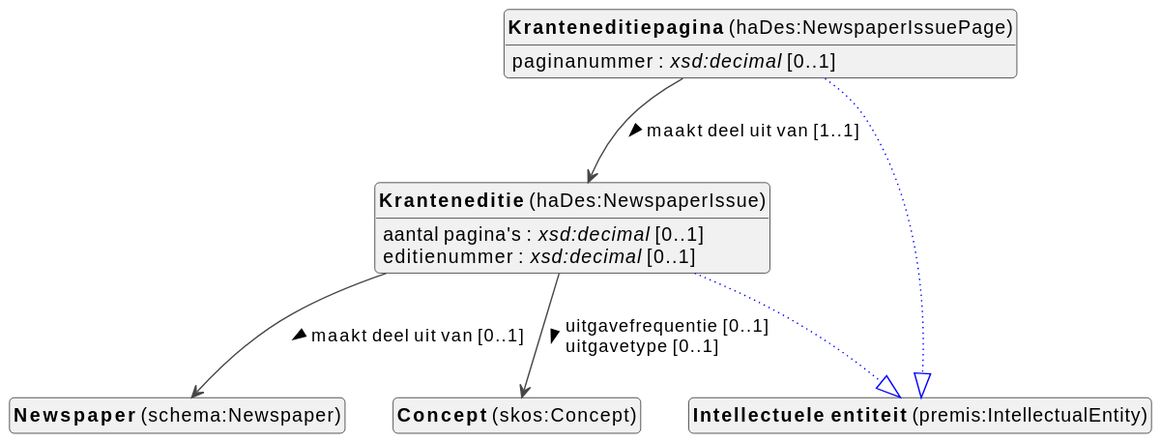
Above: docs/metadata/knowledge-graph/0.0.1/bibliographic/nl/bibliographic-diagram.svg in viaacode/documentation-jekyll (PlantUML), before the change.
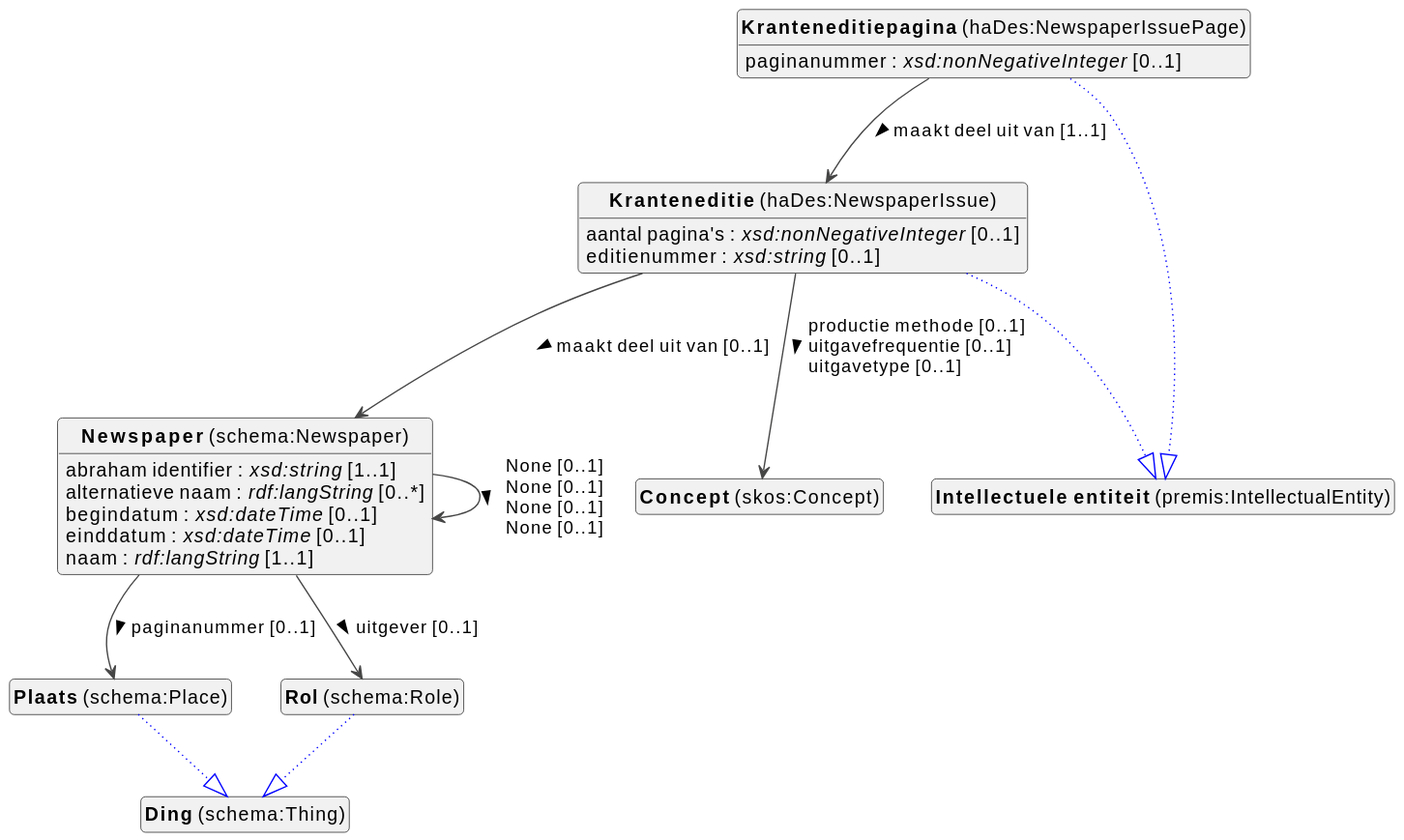
Later version of the same file.

The edit, as a diff of the source:
```diff
@@ -16,6 +16,21 @@
 class "<b>Intellectuele entiteit</b> (premis:IntellectualEntity)" as premis_IntellectualEntity [[#premis%3AIntellectualEntity]]
 class "<b>Kranteneditiepagina</b> (haDes:NewspaperIssuePage)" as haDes_NewspaperIssuePage [[#haDes%3ANewspaperIssuePage]]
 class "<b>Intellectuele entiteit</b> (premis:IntellectualEntity)" as premis_IntellectualEntity [[#premis%3AIntellectualEntity]]
+class "<b>Plaats</b> (schema:Place)" as schema_Place [[../../description/nl#schema%3APlace]]
+class "<b>Ding</b> (schema:Thing)" as schema_Thing [[#schema%3AThing]]
+class "<b>Rol</b> (schema:Role)" as schema_Role [[../../description/nl#schema%3ARole]]
+class "<b>Ding</b> (schema:Thing)" as schema_Thing [[#schema%3AThing]]
+
+
+schema_Newspaper : abraham identifier : <i>xsd:string</i> [1..1]
+schema_Newspaper : alternatieve naam : <i>rdf:langString</i> [0..*]
+schema_Newspaper : begindatum : <i>xsd:dateTime</i> [0..1]
+schema_Newspaper : einddatum : <i>xsd:dateTime</i> [0..1]
+schema_Newspaper : naam : <i>rdf:langString</i> [1..1]
+
+schema_Newspaper --> schema_Newspaper :None [0..1]  \lNone [0..1]  \lNone [0..1]  \lNone [0..1]  >
+schema_Newspaper --> schema_Place :paginanummer [0..1]  >
+schema_Newspaper --> schema_Role :uitgever [0..1]  >
 
 
 
@@ -23,16 +38,23 @@
 
 haDes_NewspaperIssue --|> premis_IntellectualEntity #blue;line.dotted;text:blue
 
-haDes_NewspaperIssue : aantal pagina's : <i>xsd:decimal</i> [0..1]
-haDes_NewspaperIssue : editienummer : <i>xsd:decimal</i> [0..1]
+haDes_NewspaperIssue : aantal pagina's : <i>xsd:nonNegativeInteger</i> [0..1]
+haDes_NewspaperIssue : editienummer : <i>xsd:string</i> [0..1]
 haDes_NewspaperIssue --> schema_Newspaper :maakt deel uit van [0..1]  >
-haDes_NewspaperIssue --> skos_Concept :uitgavefrequentie [0..1]  \luitgavetype [0..1]  >
+haDes_NewspaperIssue --> skos_Concept :productie methode [0..1]  \luitgavefrequentie [0..1]  \luitgavetype [0..1]  >
+
 
 
 haDes_NewspaperIssuePage --|> premis_IntellectualEntity #blue;line.dotted;text:blue
 
-haDes_NewspaperIssuePage : paginanummer : <i>xsd:decimal</i> [0..1]
+haDes_NewspaperIssuePage : paginanummer : <i>xsd:nonNegativeInteger</i> [0..1]
 haDes_NewspaperIssuePage --> haDes_NewspaperIssue :maakt deel uit van [1..1]  >
+
+
+schema_Place --|> schema_Thing #blue;line.dotted;text:blue
+
+
+schema_Role --|> schema_Thing #blue;line.dotted;text:blue
 
 
 
```
